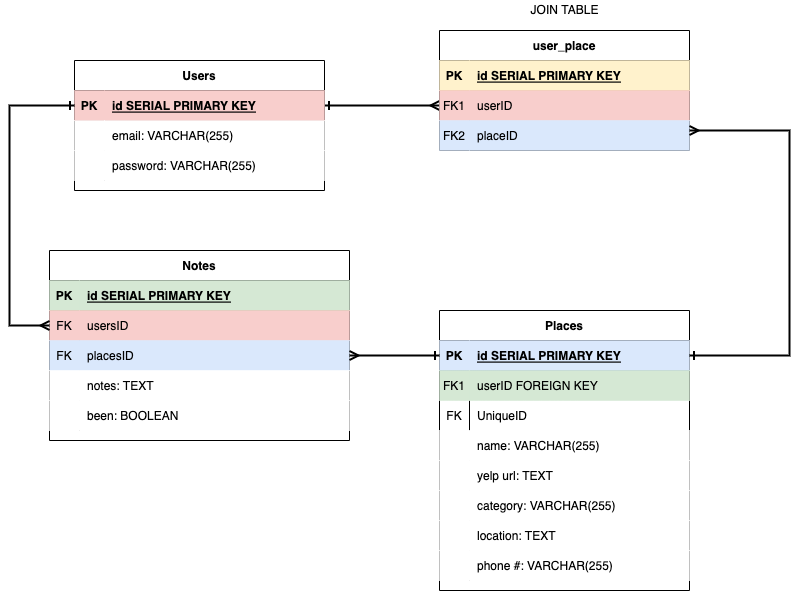
taekim90/the-travel-buddy keeps this draw.io diagram as The-Travel-Buddy.drawio.png. Above is the earlier version. Source tidied: cells renumbered, new cells last; positions are measured from the earlier drawing's top-left corner, leaving out a move shared by most shapes.
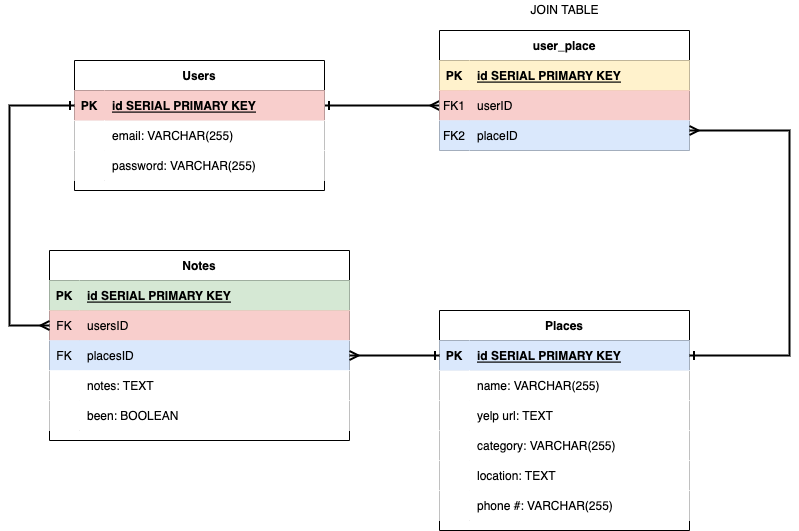
Later version of the same file.

Diff of the diagram source:
```diff
@@ -114,7 +114,7 @@
       <mxGeometry x="30" width="270" height="30" as="geometry" />
     </mxCell>
     <mxCell id="39" value="Places" style="shape=table;startSize=30;rowLines=0;fontStyle=1;align=center;" parent="1" vertex="1">
-      <mxGeometry x="430" y="310" width="250" height="280" as="geometry" />
+      <mxGeometry x="430" y="310" width="250" height="220" as="geometry" />
     </mxCell>
     <mxCell id="40" style="shape=partialRectangle;fillColor=#dae8fc;points=[[0,0.5],[1,0.5]];portConstraint=eastwest;top=0;left=0;right=0;bottom=1;strokeColor=#6c8ebf;" parent="39" vertex="1">
       <mxGeometry y="30" width="250" height="30" as="geometry" />
@@ -125,26 +125,8 @@
     <mxCell id="42" value="id SERIAL PRIMARY KEY" style="shape=partialRectangle;overflow=hidden;fillColor=#dae8fc;top=0;left=0;bottom=0;right=0;align=left;spacingLeft=6;fontStyle=5;strokeColor=#6c8ebf;" parent="40" vertex="1">
       <mxGeometry x="30" width="220" height="30" as="geometry" />
     </mxCell>
-    <mxCell id="43" style="shape=partialRectangle;fillColor=#d5e8d4;top=0;left=0;right=0;bottom=0;strokeColor=#82b366;" parent="39" vertex="1">
-      <mxGeometry y="60" width="250" height="30" as="geometry" />
-    </mxCell>
-    <mxCell id="44" value="FK1" style="shape=partialRectangle;overflow=hidden;fillColor=#d5e8d4;top=0;left=0;bottom=0;right=0;strokeColor=#82b366;" parent="43" vertex="1">
-      <mxGeometry width="30" height="30" as="geometry" />
-    </mxCell>
-    <mxCell id="45" value="userID FOREIGN KEY" style="shape=partialRectangle;overflow=hidden;fillColor=#d5e8d4;top=0;left=0;bottom=0;right=0;align=left;spacingLeft=6;strokeColor=#82b366;" parent="43" vertex="1">
-      <mxGeometry x="30" width="220" height="30" as="geometry" />
-    </mxCell>
-    <mxCell id="46" style="shape=tableRow;horizontal=0;startSize=0;swimlaneHead=0;swimlaneBody=0;fillColor=none;top=0;left=0;right=0;bottom=0;" parent="39" vertex="1">
-      <mxGeometry y="90" width="250" height="30" as="geometry" />
-    </mxCell>
-    <mxCell id="47" value="FK" style="shape=partialRectangle;fillColor=none;top=0;left=0;bottom=0;right=0;fontStyle=0;overflow=hidden;" parent="46" vertex="1">
-      <mxGeometry width="30" height="30" as="geometry" />
-    </mxCell>
-    <mxCell id="48" value="UniqueID" style="shape=partialRectangle;fillColor=none;top=0;left=0;bottom=0;right=0;align=left;spacingLeft=6;fontStyle=0;overflow=hidden;" parent="46" vertex="1">
-      <mxGeometry x="30" width="220" height="30" as="geometry" />
-    </mxCell>
     <mxCell id="49" style="shape=partialRectangle;top=0;left=0;right=0;bottom=0;" parent="39" vertex="1">
-      <mxGeometry y="120" width="250" height="30" as="geometry" />
+      <mxGeometry y="60" width="250" height="30" as="geometry" />
     </mxCell>
     <mxCell id="50" style="shape=partialRectangle;overflow=hidden;top=0;left=0;bottom=0;right=0;" parent="49" vertex="1">
       <mxGeometry width="30" height="30" as="geometry" />
@@ -153,7 +135,7 @@
       <mxGeometry x="30" width="220" height="30" as="geometry" />
     </mxCell>
     <mxCell id="52" style="shape=tableRow;horizontal=0;startSize=0;swimlaneHead=0;swimlaneBody=0;top=0;left=0;right=0;bottom=0;" parent="39" vertex="1">
-      <mxGeometry y="150" width="250" height="30" as="geometry" />
+      <mxGeometry y="90" width="250" height="30" as="geometry" />
     </mxCell>
     <mxCell id="53" style="shape=partialRectangle;top=0;left=0;bottom=0;right=0;overflow=hidden;" parent="52" vertex="1">
       <mxGeometry width="30" height="30" as="geometry" />
@@ -162,7 +144,7 @@
       <mxGeometry x="30" width="220" height="30" as="geometry" />
     </mxCell>
     <mxCell id="55" style="shape=tableRow;horizontal=0;startSize=0;swimlaneHead=0;swimlaneBody=0;top=0;left=0;right=0;bottom=0;" parent="39" vertex="1">
-      <mxGeometry y="180" width="250" height="30" as="geometry" />
+      <mxGeometry y="120" width="250" height="30" as="geometry" />
     </mxCell>
     <mxCell id="56" style="shape=partialRectangle;top=0;left=0;bottom=0;right=0;overflow=hidden;" parent="55" vertex="1">
       <mxGeometry width="30" height="30" as="geometry" />
@@ -171,7 +153,7 @@
       <mxGeometry x="30" width="220" height="30" as="geometry" />
     </mxCell>
     <mxCell id="58" style="shape=tableRow;horizontal=0;startSize=0;swimlaneHead=0;swimlaneBody=0;top=0;left=0;right=0;bottom=0;" parent="39" vertex="1">
-      <mxGeometry y="210" width="250" height="30" as="geometry" />
+      <mxGeometry y="150" width="250" height="30" as="geometry" />
     </mxCell>
     <mxCell id="59" style="shape=partialRectangle;top=0;left=0;bottom=0;right=0;overflow=hidden;" parent="58" vertex="1">
       <mxGeometry width="30" height="30" as="geometry" />
@@ -180,7 +162,7 @@
       <mxGeometry x="30" width="220" height="30" as="geometry" />
     </mxCell>
     <mxCell id="61" style="shape=tableRow;horizontal=0;startSize=0;swimlaneHead=0;swimlaneBody=0;top=0;left=0;right=0;bottom=0;" parent="39" vertex="1">
-      <mxGeometry y="240" width="250" height="30" as="geometry" />
+      <mxGeometry y="180" width="250" height="30" as="geometry" />
     </mxCell>
     <mxCell id="62" style="shape=partialRectangle;top=0;left=0;bottom=0;right=0;overflow=hidden;" parent="61" vertex="1">
       <mxGeometry width="30" height="30" as="geometry" />
```
